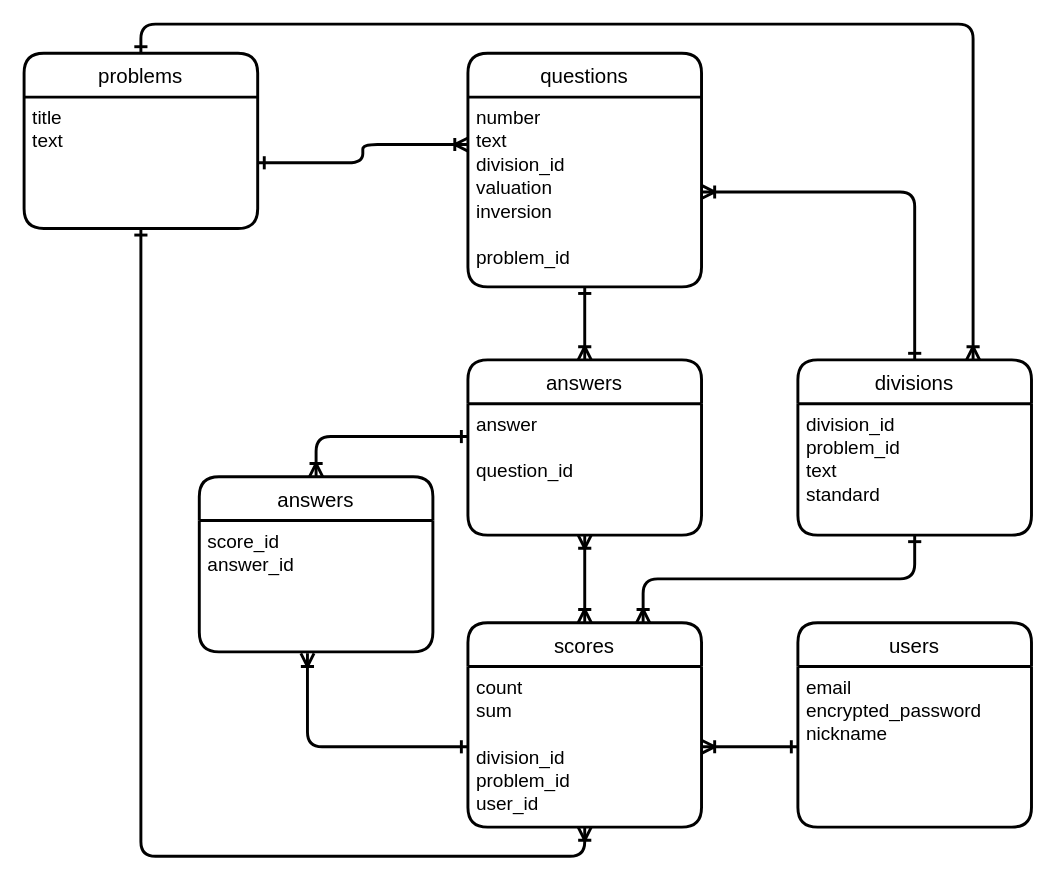
This is ER図.dio from ikeharanaoya/psychological_test_app, a draw.io file, before an edit. Source tidied: cells renumbered, new cells numbered last; positions are measured from the earlier drawing's top-left corner, leaving out a move shared by most shapes. Both pictures are drawn from the tidied source at 146%, with x=0, y=0 at pixel (23, 53).
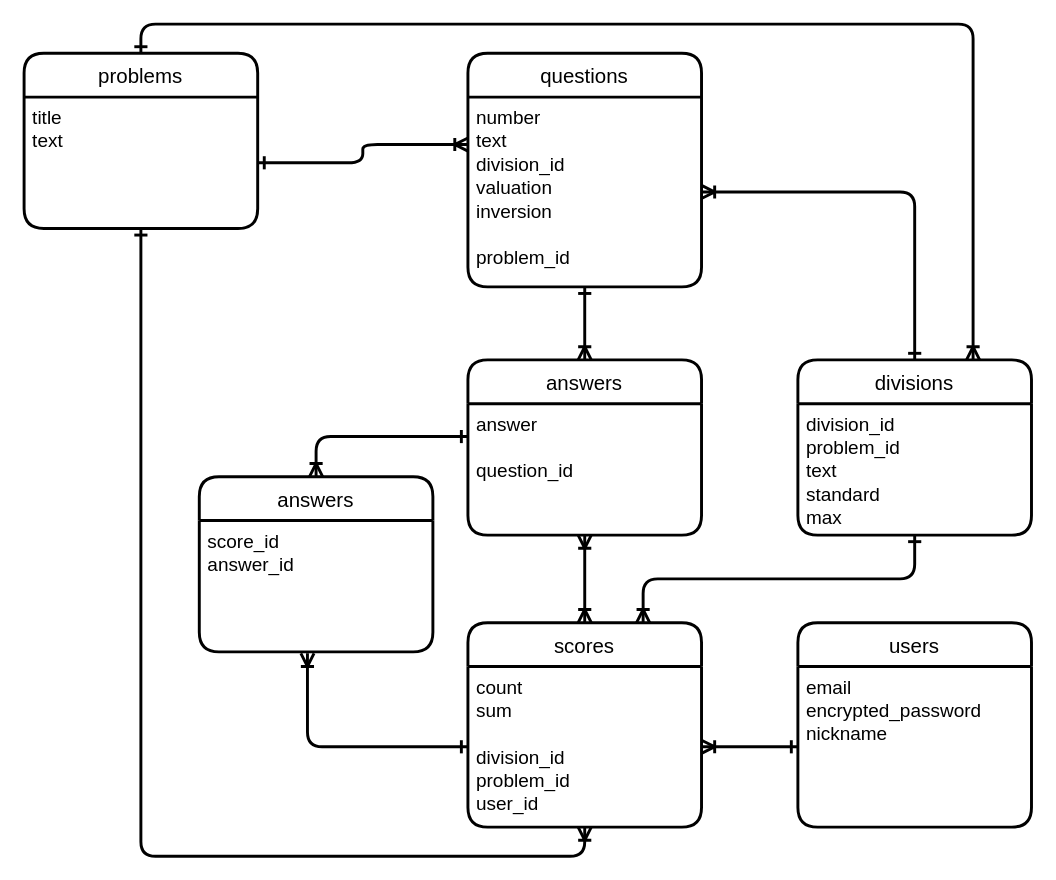
The same diagram, later.

The change refers to these unchanged cells:
```xml
<mxCell id="13" value="divisions" style="swimlane;horizontal=1;startSize=30;rounded=1;fontSize=14;fontStyle=0;strokeWidth=2;shadow=0;dashed=0;align=center;" parent="1" vertex="1">
  <mxGeometry x="530" y="210" width="160" height="120" as="geometry" />
</mxCell>
```

Change to the diagram source:
```diff
@@
-    <mxCell id="14" value="division_id&#10;problem_id&#10;text&#10;standard" style="align=left;strokeColor=none;fillColor=none;spacingLeft=4;fontSize=13;verticalAlign=top;" parent="13" vertex="1">
+    <mxCell id="14" value="division_id&#10;problem_id&#10;text&#10;standard&#10;max" style="align=left;strokeColor=none;fillColor=none;spacingLeft=4;fontSize=13;verticalAlign=top;" parent="13" vertex="1">
       <mxGeometry y="30" width="160" height="90" as="geometry" />
     </mxCell>
```
